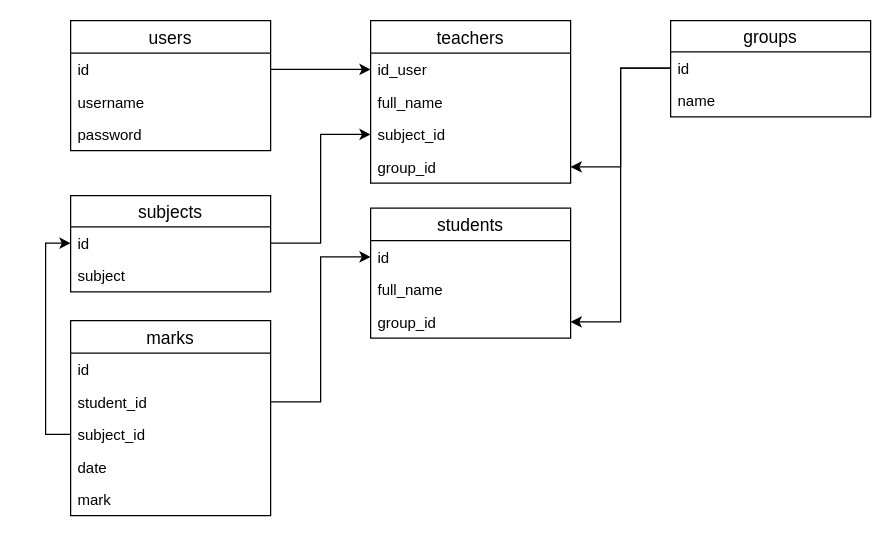
The draw.io diagram page "Database architecture" (2 of 3) of Screenshots/Schemes.drawio in GRPilot/e-journal, before the edit. Source tidied: cells renumbered, new cells numbered last; positions are measured from the earlier drawing's top-left corner, leaving out a move shared by most shapes. Both pictures are drawn from the tidied source at 125%, with x=0, y=0 at pixel (70, 20).
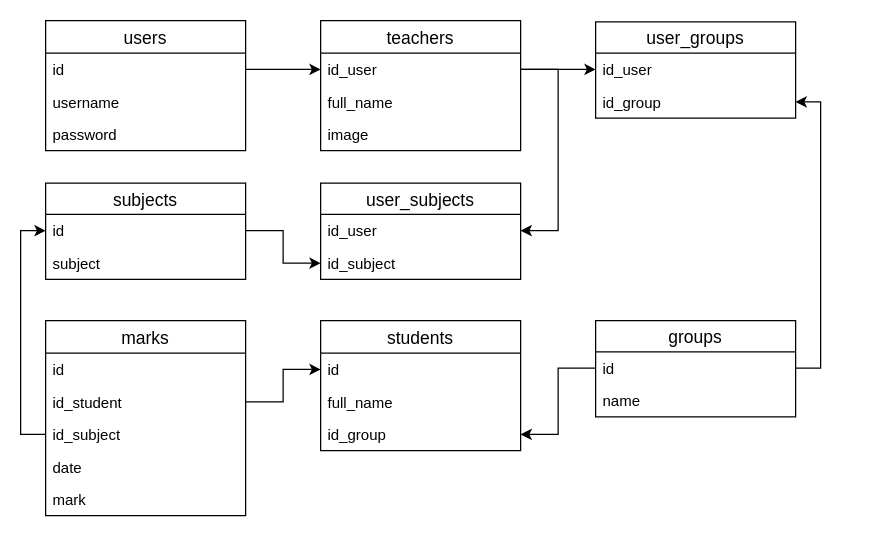
After the change.

The change refers to these unchanged cells:
```xml
<mxCell id="31" value="id" style="text;strokeColor=none;fillColor=none;spacingLeft=4;spacingRight=4;overflow=hidden;points=[[0,0.5],[1,0.5]];portConstraint=eastwest;fontSize=12;" parent="30" vertex="1">
  <mxGeometry y="25" width="160" height="26" as="geometry" />
</mxCell>
```

Change to the diagram source:
```diff
@@
-    <mxCell id="3" style="edgeStyle=orthogonalEdgeStyle;rounded=0;jettySize=auto;html=1;" parent="1" edge="1" source="31" target="16">
-      <mxGeometry relative="1" as="geometry" />
-    </mxCell>
-    <mxCell id="4" style="edgeStyle=orthogonalEdgeStyle;rounded=0;jettySize=auto;html=1;" parent="1" edge="1" source="18" target="15">
-      <mxGeometry relative="1" as="geometry" />
-    </mxCell>
@@
     <mxCell id="8" value="users" style="swimlane;fontStyle=0;horizontal=1;startSize=26;align=center;fontSize=14;" parent="1" vertex="1">
-      <mxGeometry width="160" height="104" as="geometry" />
+      <mxGeometry x="-20" width="160" height="104" as="geometry" />
     </mxCell>
@@
-    <mxCell id="12" value="teachers" style="swimlane;fontStyle=0;horizontal=1;startSize=26;align=center;fontSize=14;" parent="1" vertex="1">
-      <mxGeometry x="240" width="160" height="130" as="geometry" />
-    </mxCell>
-    <mxCell id="13" value="id_user" style="text;strokeColor=none;fillColor=none;spacingLeft=4;spacingRight=4;overflow=hidden;points=[[0,0.5],[1,0.5]];portConstraint=eastwest;fontSize=12;" parent="12" vertex="1">
-      <mxGeometry y="26" width="160" height="26" as="geometry" />
-    </mxCell>
-    <mxCell id="14" value="full_name" style="text;strokeColor=none;fillColor=none;spacingLeft=4;spacingRight=4;overflow=hidden;fontSize=12;" parent="12" vertex="1">
-      <mxGeometry y="52" width="160" height="26" as="geometry" />
-    </mxCell>
-    <mxCell id="15" value="subject_id" style="text;strokeColor=none;fillColor=none;spacingLeft=4;spacingRight=4;overflow=hidden;points=[[0,0.5],[1,0.5]];portConstraint=eastwest;fontSize=12;" parent="12" vertex="1">
-      <mxGeometry y="78" width="160" height="26" as="geometry" />
-    </mxCell>
-    <mxCell id="16" value="group_id" style="text;strokeColor=none;fillColor=none;spacingLeft=4;spacingRight=4;overflow=hidden;points=[[0,0.5],[1,0.5]];portConstraint=eastwest;fontSize=12;" parent="12" vertex="1">
-      <mxGeometry y="104" width="160" height="26" as="geometry" />
-    </mxCell>
-    <mxCell id="17" value="subjects" style="swimlane;fontStyle=0;horizontal=1;startSize=25;align=center;fontSize=14;" parent="1" vertex="1">
-      <mxGeometry y="140" width="160" height="77" as="geometry" />
-    </mxCell>
-    <mxCell id="18" value="id" style="text;strokeColor=none;fillColor=none;spacingLeft=4;spacingRight=4;overflow=hidden;points=[[0,0.5],[1,0.5]];portConstraint=eastwest;fontSize=12;" parent="17" vertex="1">
-      <mxGeometry y="25" width="160" height="26" as="geometry" />
-    </mxCell>
-    <mxCell id="19" value="subject" style="text;strokeColor=none;fillColor=none;spacingLeft=4;spacingRight=4;overflow=hidden;fontSize=12;" parent="17" vertex="1">
-      <mxGeometry y="51" width="160" height="26" as="geometry" />
-    </mxCell>
-    <mxCell id="20" value="students" style="swimlane;fontStyle=0;horizontal=1;startSize=26;align=center;fontSize=14;" parent="1" vertex="1">
-      <mxGeometry x="240" y="150" width="160" height="104" as="geometry" />
-    </mxCell>
-    <mxCell id="21" value="id" style="text;strokeColor=none;fillColor=none;spacingLeft=4;spacingRight=4;overflow=hidden;points=[[0,0.5],[1,0.5]];portConstraint=eastwest;fontSize=12;" parent="20" vertex="1">
-      <mxGeometry y="26" width="160" height="26" as="geometry" />
-    </mxCell>
-    <mxCell id="22" value="full_name" style="text;strokeColor=none;fillColor=none;spacingLeft=4;spacingRight=4;overflow=hidden;fontSize=12;" parent="20" vertex="1">
-      <mxGeometry y="52" width="160" height="26" as="geometry" />
-    </mxCell>
-    <mxCell id="23" value="group_id" style="text;strokeColor=none;fillColor=none;spacingLeft=4;spacingRight=4;overflow=hidden;points=[[0,0.5],[1,0.5]];portConstraint=eastwest;fontSize=12;" parent="20" vertex="1">
-      <mxGeometry y="78" width="160" height="26" as="geometry" />
-    </mxCell>
     <mxCell id="24" value="marks" style="swimlane;fontStyle=0;horizontal=1;startSize=26;align=center;fontSize=14;" parent="1" vertex="1">
-      <mxGeometry y="240" width="160" height="156" as="geometry" />
+      <mxGeometry x="-20" y="240" width="160" height="156" as="geometry" />
     </mxCell>
@@
-    <mxCell id="26" value="student_id" style="text;strokeColor=none;fillColor=none;spacingLeft=4;spacingRight=4;overflow=hidden;points=[[0,0.5],[1,0.5]];portConstraint=eastwest;fontSize=12;" parent="24" vertex="1">
+    <mxCell id="26" value="id_student" style="text;strokeColor=none;fillColor=none;spacingLeft=4;spacingRight=4;overflow=hidden;points=[[0,0.5],[1,0.5]];portConstraint=eastwest;fontSize=12;" parent="24" vertex="1">
       <mxGeometry y="52" width="160" height="26" as="geometry" />
     </mxCell>
-    <mxCell id="27" value="subject_id" style="text;strokeColor=none;fillColor=none;spacingLeft=4;spacingRight=4;overflow=hidden;points=[[0,0.5],[1,0.5]];portConstraint=eastwest;fontSize=12;" parent="24" vertex="1">
+    <mxCell id="27" value="id_subject" style="text;strokeColor=none;fillColor=none;spacingLeft=4;spacingRight=4;overflow=hidden;points=[[0,0.5],[1,0.5]];portConstraint=eastwest;fontSize=12;" parent="24" vertex="1">
       <mxGeometry y="78" width="160" height="26" as="geometry" />
     </mxCell>
@@
+    <mxCell id="17" value="subjects" style="swimlane;fontStyle=0;horizontal=1;startSize=25;align=center;fontSize=14;" parent="1" vertex="1">
+      <mxGeometry x="-20" y="130" width="160" height="77" as="geometry" />
+    </mxCell>
+    <mxCell id="18" value="id" style="text;strokeColor=none;fillColor=none;spacingLeft=4;spacingRight=4;overflow=hidden;points=[[0,0.5],[1,0.5]];portConstraint=eastwest;fontSize=12;" parent="17" vertex="1">
+      <mxGeometry y="25" width="160" height="26" as="geometry" />
+    </mxCell>
+    <mxCell id="19" value="subject" style="text;strokeColor=none;fillColor=none;spacingLeft=4;spacingRight=4;overflow=hidden;fontSize=12;" parent="17" vertex="1">
+      <mxGeometry y="51" width="160" height="26" as="geometry" />
+    </mxCell>
+    <mxCell id="33" style="edgeStyle=orthogonalEdgeStyle;rounded=0;jettySize=auto;html=1;exitX=1;exitY=0.5;exitDx=0;exitDy=0;entryX=1;entryY=0.5;entryDx=0;entryDy=0;" parent="1" edge="1" source="31" target="39">
+      <mxGeometry relative="1" as="geometry" />
+    </mxCell>
+    <mxCell id="34" style="edgeStyle=orthogonalEdgeStyle;rounded=0;jettySize=auto;html=1;exitX=1;exitY=0.5;exitDx=0;exitDy=0;entryX=0;entryY=0.5;entryDx=0;entryDy=0;" parent="1" edge="1" source="13" target="38">
+      <mxGeometry relative="1" as="geometry" />
+    </mxCell>
+    <mxCell id="35" style="edgeStyle=orthogonalEdgeStyle;rounded=0;jettySize=auto;html=1;exitX=1;exitY=0.5;exitDx=0;exitDy=0;entryX=1;entryY=0.5;entryDx=0;entryDy=0;" parent="1" edge="1" source="13" target="42">
+      <mxGeometry relative="1" as="geometry">
+        <Array as="points">
+          <mxPoint x="390" y="39" />
+          <mxPoint x="390" y="168" />
+        </Array>
+      </mxGeometry>
+    </mxCell>
+    <mxCell id="36" style="edgeStyle=orthogonalEdgeStyle;rounded=0;jettySize=auto;html=1;entryX=0;entryY=0.5;entryDx=0;entryDy=0;" parent="1" edge="1" source="18" target="43">
+      <mxGeometry relative="1" as="geometry" />
+    </mxCell>
+    <mxCell id="37" value="user_groups" style="swimlane;fontStyle=0;horizontal=1;startSize=25;align=center;fontSize=14;" parent="1" vertex="1">
+      <mxGeometry x="420" y="1" width="160" height="77" as="geometry" />
+    </mxCell>
+    <mxCell id="38" value="id_user" style="text;strokeColor=none;fillColor=none;spacingLeft=4;spacingRight=4;overflow=hidden;points=[[0,0.5],[1,0.5]];portConstraint=eastwest;fontSize=12;" parent="37" vertex="1">
+      <mxGeometry y="25" width="160" height="26" as="geometry" />
+    </mxCell>
+    <mxCell id="39" value="id_group" style="text;strokeColor=none;fillColor=none;spacingLeft=4;spacingRight=4;overflow=hidden;points=[[0,0.5],[1,0.5]];portConstraint=eastwest;fontSize=12;" parent="37" vertex="1">
+      <mxGeometry y="51" width="160" height="26" as="geometry" />
+    </mxCell>
+    <mxCell id="12" value="teachers" style="swimlane;fontStyle=0;horizontal=1;startSize=26;align=center;fontSize=14;" parent="1" vertex="1">
+      <mxGeometry x="200" width="160" height="104" as="geometry" />
+    </mxCell>
+    <mxCell id="13" value="id_user" style="text;strokeColor=none;fillColor=none;spacingLeft=4;spacingRight=4;overflow=hidden;points=[[0,0.5],[1,0.5]];portConstraint=eastwest;fontSize=12;" parent="12" vertex="1">
+      <mxGeometry y="26" width="160" height="26" as="geometry" />
+    </mxCell>
+    <mxCell id="14" value="full_name" style="text;strokeColor=none;fillColor=none;spacingLeft=4;spacingRight=4;overflow=hidden;fontSize=12;" parent="12" vertex="1">
+      <mxGeometry y="52" width="160" height="26" as="geometry" />
+    </mxCell>
+    <mxCell id="40" value="image" style="text;strokeColor=none;fillColor=none;spacingLeft=4;spacingRight=4;overflow=hidden;fontSize=12;" parent="12" vertex="1">
+      <mxGeometry y="78" width="160" height="26" as="geometry" />
+    </mxCell>
+    <mxCell id="41" value="user_subjects" style="swimlane;fontStyle=0;horizontal=1;startSize=25;align=center;fontSize=14;" parent="1" vertex="1">
+      <mxGeometry x="200" y="130" width="160" height="77" as="geometry" />
+    </mxCell>
+    <mxCell id="42" value="id_user" style="text;strokeColor=none;fillColor=none;spacingLeft=4;spacingRight=4;overflow=hidden;points=[[0,0.5],[1,0.5]];portConstraint=eastwest;fontSize=12;" parent="41" vertex="1">
+      <mxGeometry y="25" width="160" height="26" as="geometry" />
+    </mxCell>
+    <mxCell id="43" value="id_subject" style="text;strokeColor=none;fillColor=none;spacingLeft=4;spacingRight=4;overflow=hidden;points=[[0,0.5],[1,0.5]];portConstraint=eastwest;fontSize=12;" parent="41" vertex="1">
+      <mxGeometry y="51" width="160" height="26" as="geometry" />
+    </mxCell>
     <mxCell id="30" value="groups" style="swimlane;fontStyle=0;horizontal=1;startSize=25;align=center;fontSize=14;" parent="1" vertex="1">
-      <mxGeometry x="480" width="160" height="77" as="geometry" />
+      <mxGeometry x="420" y="240" width="160" height="77" as="geometry" />
     </mxCell>
@@
+    <mxCell id="20" value="students" style="swimlane;fontStyle=0;horizontal=1;startSize=26;align=center;fontSize=14;" parent="1" vertex="1">
+      <mxGeometry x="200" y="240" width="160" height="104" as="geometry" />
+    </mxCell>
+    <mxCell id="21" value="id" style="text;strokeColor=none;fillColor=none;spacingLeft=4;spacingRight=4;overflow=hidden;points=[[0,0.5],[1,0.5]];portConstraint=eastwest;fontSize=12;" parent="20" vertex="1">
+      <mxGeometry y="26" width="160" height="26" as="geometry" />
+    </mxCell>
+    <mxCell id="22" value="full_name" style="text;strokeColor=none;fillColor=none;spacingLeft=4;spacingRight=4;overflow=hidden;fontSize=12;" parent="20" vertex="1">
+      <mxGeometry y="52" width="160" height="26" as="geometry" />
+    </mxCell>
+    <mxCell id="23" value="id_group" style="text;strokeColor=none;fillColor=none;spacingLeft=4;spacingRight=4;overflow=hidden;points=[[0,0.5],[1,0.5]];portConstraint=eastwest;fontSize=12;" parent="20" vertex="1">
+      <mxGeometry y="78" width="160" height="26" as="geometry" />
+    </mxCell>
```
